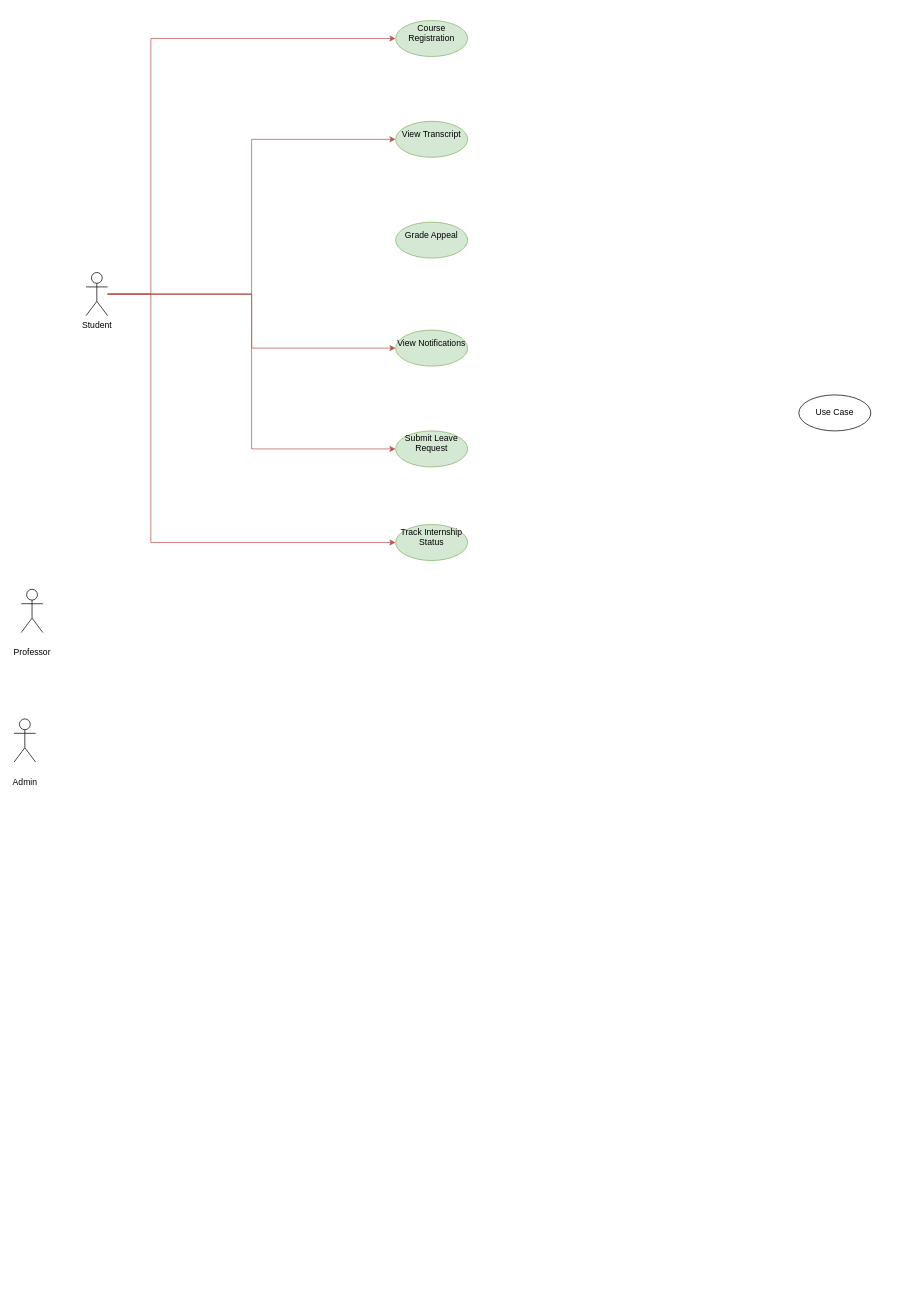
Before: Untitled Diagram.drawio in mpxsam/DirectoryLister, a draw.io diagram. Source tidied: cells renumbered, new cells numbered last; positions are measured from the earlier drawing's top-left corner, leaving out a move shared by most shapes. Both pictures are drawn from the tidied source at 72%, with x=0, y=0 at pixel (14, 20).
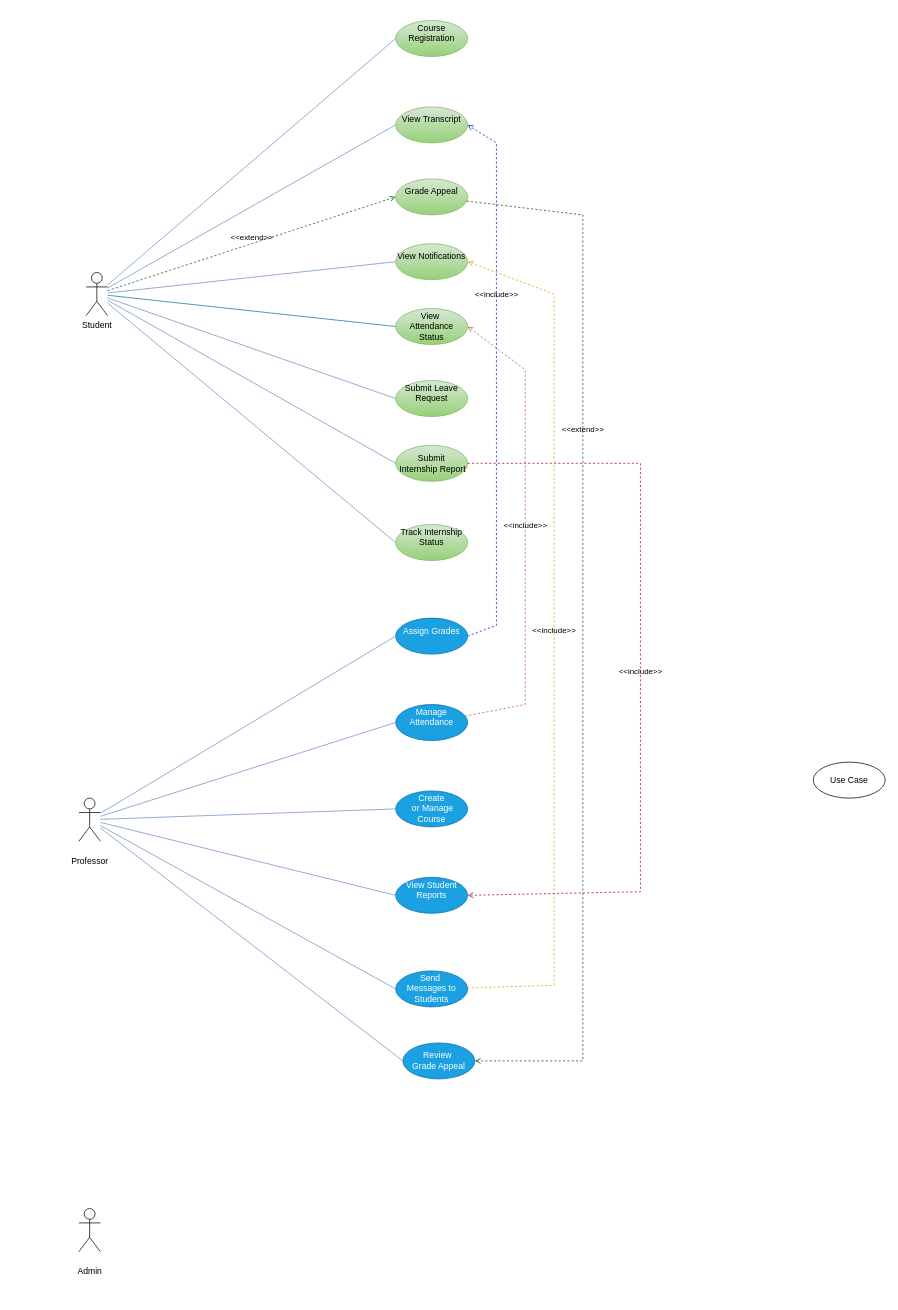
After the change.

Unchanged cells that the change refers to:
```xml
<mxCell id="7" value="Student" style="shape=umlActor;verticalLabelPosition=bottom;verticalAlign=top;html=1;" parent="1" vertex="1">
  <mxGeometry x="100" y="350" width="30" height="60" as="geometry" />
</mxCell>
```

The edit, as a diff of the source:
```diff
@@
-    <mxCell id="2" style="edgeStyle=orthogonalEdgeStyle;rounded=0;jettySize=auto;html=1;entryX=0;entryY=0.5;entryDx=0;entryDy=0;fillColor=#f8cecc;strokeColor=#b85450;" parent="1" edge="1" source="7" target="10">
-      <mxGeometry relative="1" as="geometry">
-        <Array as="points">
-          <mxPoint x="190" y="380" />
-          <mxPoint x="190" y="25" />
-        </Array>
-      </mxGeometry>
-    </mxCell>
-    <mxCell id="3" style="edgeStyle=orthogonalEdgeStyle;rounded=0;jettySize=auto;html=1;entryX=0;entryY=0.5;entryDx=0;entryDy=0;fillColor=#f8cecc;strokeColor=#b85450;" parent="1" edge="1" source="7" target="11">
-      <mxGeometry relative="1" as="geometry" />
-    </mxCell>
-    <mxCell id="4" style="edgeStyle=orthogonalEdgeStyle;rounded=0;jettySize=auto;html=1;entryX=0;entryY=0.5;entryDx=0;entryDy=0;fillColor=#f8cecc;strokeColor=#b85450;" parent="1" edge="1" source="7" target="13">
-      <mxGeometry relative="1" as="geometry" />
-    </mxCell>
-    <mxCell id="5" style="edgeStyle=orthogonalEdgeStyle;rounded=0;jettySize=auto;html=1;entryX=0;entryY=0.5;entryDx=0;entryDy=0;fillColor=#f8cecc;strokeColor=#b85450;" parent="1" edge="1" source="7" target="14">
-      <mxGeometry relative="1" as="geometry" />
-    </mxCell>
-    <mxCell id="6" style="edgeStyle=orthogonalEdgeStyle;rounded=0;jettySize=auto;html=1;entryX=0;entryY=0.5;entryDx=0;entryDy=0;fillColor=#f8cecc;strokeColor=#b85450;" parent="1" edge="1" source="7" target="15">
-      <mxGeometry relative="1" as="geometry">
-        <Array as="points">
-          <mxPoint x="190" y="380" />
-          <mxPoint x="190" y="725" />
-        </Array>
-      </mxGeometry>
-    </mxCell>
@@
     <mxCell id="8" value="&#10;Professor&#10;&#10;" style="shape=umlActor;verticalLabelPosition=bottom;verticalAlign=top;html=1;" parent="1" vertex="1">
-      <mxGeometry x="10" y="790" width="30" height="60" as="geometry" />
+      <mxGeometry x="90" y="1080" width="30" height="60" as="geometry" />
     </mxCell>
     <mxCell id="9" value="&#10;Admin&#10;&#10;" style="shape=umlActor;verticalLabelPosition=bottom;verticalAlign=top;html=1;" parent="1" vertex="1">
-      <mxGeometry y="970" width="30" height="60" as="geometry" />
+      <mxGeometry x="90" y="1650" width="30" height="60" as="geometry" />
     </mxCell>
-    <mxCell id="10" value="&#10;Course Registration&#10;&#10;" style="ellipse;whiteSpace=wrap;html=1;fillColor=#d5e8d4;strokeColor=#82b366;" parent="1" vertex="1">
+    <mxCell id="10" value="&#10;Course Registration&#10;&#10;" style="ellipse;whiteSpace=wrap;html=1;fillColor=#d5e8d4;strokeColor=#82b366;gradientColor=#97d077;" parent="1" vertex="1">
       <mxGeometry x="530" width="100" height="50" as="geometry" />
     </mxCell>
-    <mxCell id="11" value="&#10;View Transcript&#10;&#10;" style="ellipse;whiteSpace=wrap;html=1;fillColor=#d5e8d4;strokeColor=#82b366;" parent="1" vertex="1">
-      <mxGeometry x="530" y="140" width="100" height="50" as="geometry" />
+    <mxCell id="11" value="&#10;View Transcript&#10;&#10;" style="ellipse;whiteSpace=wrap;html=1;fillColor=#d5e8d4;strokeColor=#82b366;gradientColor=#97d077;" parent="1" vertex="1">
+      <mxGeometry x="530" y="120" width="100" height="50" as="geometry" />
     </mxCell>
-    <mxCell id="12" value="&#10;Grade Appeal&#10;&#10;" style="ellipse;whiteSpace=wrap;html=1;fillColor=#d5e8d4;strokeColor=#82b366;" parent="1" vertex="1">
-      <mxGeometry x="530" y="280" width="100" height="50" as="geometry" />
+    <mxCell id="12" value="&#10;Grade Appeal&#10;&#10;" style="ellipse;whiteSpace=wrap;html=1;fillColor=#d5e8d4;strokeColor=#82b366;gradientColor=#97d077;" parent="1" vertex="1">
+      <mxGeometry x="530" y="220" width="100" height="50" as="geometry" />
     </mxCell>
-    <mxCell id="13" value="&#10;View Notifications&#10;&#10;" style="ellipse;whiteSpace=wrap;html=1;fillColor=#d5e8d4;strokeColor=#82b366;" parent="1" vertex="1">
-      <mxGeometry x="530" y="430" width="100" height="50" as="geometry" />
+    <mxCell id="13" value="&#10;View Notifications&#10;&#10;" style="ellipse;whiteSpace=wrap;html=1;fillColor=#d5e8d4;strokeColor=#82b366;gradientColor=#97d077;" parent="1" vertex="1">
+      <mxGeometry x="530" y="310" width="100" height="50" as="geometry" />
     </mxCell>
-    <mxCell id="14" value="&#10;Submit Leave Request&#10;&#10;" style="ellipse;whiteSpace=wrap;html=1;fillColor=#d5e8d4;strokeColor=#82b366;" parent="1" vertex="1">
-      <mxGeometry x="530" y="570" width="100" height="50" as="geometry" />
+    <mxCell id="14" value="&#10;Submit Leave Request&#10;&#10;" style="ellipse;whiteSpace=wrap;html=1;fillColor=#d5e8d4;strokeColor=#82b366;gradientColor=#97d077;" parent="1" vertex="1">
+      <mxGeometry x="530" y="500" width="100" height="50" as="geometry" />
     </mxCell>
-    <mxCell id="15" value="&#10;Track Internship Status&#10;&#10;" style="ellipse;whiteSpace=wrap;html=1;fillColor=#d5e8d4;strokeColor=#82b366;" parent="1" vertex="1">
+    <mxCell id="15" value="&#10;Track Internship Status&#10;&#10;" style="ellipse;whiteSpace=wrap;html=1;fillColor=#d5e8d4;strokeColor=#82b366;gradientColor=#97d077;" parent="1" vertex="1">
       <mxGeometry x="530" y="700" width="100" height="50" as="geometry" />
     </mxCell>
     <mxCell id="16" value="Use Case" style="ellipse;whiteSpace=wrap;html=1;" parent="1" vertex="1">
-      <mxGeometry x="1090" y="520" width="100" height="50" as="geometry" />
+      <mxGeometry x="1110" y="1030" width="100" height="50" as="geometry" />
     </mxCell>
+    <mxCell id="4" style="endArrow=none;html=1;rounded=0;entryX=0;entryY=0.5;entryDx=0;entryDy=0;fillColor=#dae8fc;strokeColor=#6c8ebf;" parent="1" edge="1" source="7" target="13">
+      <mxGeometry relative="1" as="geometry" />
+    </mxCell>
+    <mxCell id="5" style="endArrow=none;html=1;rounded=0;entryX=0;entryY=0.5;entryDx=0;entryDy=0;fillColor=#dae8fc;strokeColor=#6c8ebf;" parent="1" edge="1" source="7" target="14">
+      <mxGeometry relative="1" as="geometry" />
+    </mxCell>
+    <mxCell id="3" style="endArrow=none;html=1;rounded=0;entryX=0;entryY=0.5;entryDx=0;entryDy=0;fillColor=#dae8fc;strokeColor=#6c8ebf;" parent="1" edge="1" source="7" target="11">
+      <mxGeometry relative="1" as="geometry" />
+    </mxCell>
+    <mxCell id="2" style="endArrow=none;html=1;rounded=0;entryX=0;entryY=0.5;entryDx=0;entryDy=0;fillColor=#dae8fc;strokeColor=#6c8ebf;" parent="1" edge="1" source="7" target="10">
+      <mxGeometry relative="1" as="geometry" />
+    </mxCell>
+    <mxCell id="6" style="endArrow=none;html=1;rounded=0;entryX=0;entryY=0.5;entryDx=0;entryDy=0;fillColor=#dae8fc;strokeColor=#6c8ebf;" parent="1" edge="1" source="7" target="15">
+      <mxGeometry relative="1" as="geometry" />
+    </mxCell>
+    <mxCell id="17" value="&#10;Assign Grades&#10;&#10;" style="ellipse;whiteSpace=wrap;html=1;fillColor=#1ba1e2;fontColor=#ffffff;strokeColor=#006EAF;" parent="1" vertex="1">
+      <mxGeometry x="530" y="830" width="100" height="50" as="geometry" />
+    </mxCell>
+    <mxCell id="18" value="&lt;br&gt;Send&amp;nbsp;&lt;div&gt;Messages to Students&lt;br&gt;&lt;br&gt;&lt;/div&gt;" style="ellipse;whiteSpace=wrap;html=1;fillColor=#1ba1e2;fontColor=#ffffff;strokeColor=#006EAF;" parent="1" vertex="1">
+      <mxGeometry x="530" y="1320" width="100" height="50" as="geometry" />
+    </mxCell>
+    <mxCell id="19" value="&#10;View Student Reports&#10;&#10;" style="ellipse;whiteSpace=wrap;html=1;fillColor=#1ba1e2;fontColor=#ffffff;strokeColor=#006EAF;" parent="1" vertex="1">
+      <mxGeometry x="530" y="1190" width="100" height="50" as="geometry" />
+    </mxCell>
+    <mxCell id="20" value="&lt;br&gt;Create&lt;div&gt;&amp;nbsp;or Manage Course&lt;br&gt;&lt;br&gt;&lt;/div&gt;" style="ellipse;whiteSpace=wrap;html=1;fillColor=#1ba1e2;fontColor=#ffffff;strokeColor=#006EAF;" parent="1" vertex="1">
+      <mxGeometry x="530" y="1070" width="100" height="50" as="geometry" />
+    </mxCell>
+    <mxCell id="21" value="&#10;Manage Attendance&#10;&#10;" style="ellipse;whiteSpace=wrap;html=1;fillColor=#1ba1e2;fontColor=#ffffff;strokeColor=#006EAF;" parent="1" vertex="1">
+      <mxGeometry x="530" y="950" width="100" height="50" as="geometry" />
+    </mxCell>
+    <mxCell id="22" style="endArrow=none;html=1;rounded=0;entryX=0;entryY=0.5;entryDx=0;entryDy=0;fillColor=#dae8fc;gradientColor=#7ea6e0;strokeColor=#6c8ebf;" parent="1" edge="1" source="8" target="17">
+      <mxGeometry relative="1" as="geometry" />
+    </mxCell>
+    <mxCell id="23" style="endArrow=none;html=1;rounded=0;entryX=0;entryY=0.5;entryDx=0;entryDy=0;fillColor=#dae8fc;gradientColor=#7ea6e0;strokeColor=#6c8ebf;" parent="1" edge="1" source="8" target="21">
+      <mxGeometry relative="1" as="geometry" />
+    </mxCell>
+    <mxCell id="24" style="endArrow=none;html=1;rounded=0;entryX=0;entryY=0.5;entryDx=0;entryDy=0;fillColor=#dae8fc;gradientColor=#7ea6e0;strokeColor=#6c8ebf;" parent="1" edge="1" source="8" target="20">
+      <mxGeometry relative="1" as="geometry" />
+    </mxCell>
+    <mxCell id="25" style="endArrow=none;html=1;rounded=0;entryX=0;entryY=0.5;entryDx=0;entryDy=0;fillColor=#dae8fc;gradientColor=#7ea6e0;strokeColor=#6c8ebf;" parent="1" edge="1" source="8" target="19">
+      <mxGeometry relative="1" as="geometry" />
+    </mxCell>
+    <mxCell id="26" style="endArrow=none;html=1;rounded=0;entryX=0;entryY=0.5;entryDx=0;entryDy=0;fillColor=#dae8fc;gradientColor=#7ea6e0;strokeColor=#6c8ebf;" parent="1" edge="1" source="8" target="18">
+      <mxGeometry relative="1" as="geometry" />
+    </mxCell>
+    <mxCell id="27" value="&amp;lt;&amp;lt;include&amp;gt;&amp;gt;" style="html=1;verticalAlign=bottom;labelBackgroundColor=none;endArrow=open;endFill=0;dashed=1;rounded=0;entryX=1;entryY=0.5;entryDx=0;entryDy=0;exitX=1;exitY=0.5;exitDx=0;exitDy=0;fillColor=#0050ef;strokeColor=#001DBC;" parent="1" edge="1" source="17" target="11">
+      <mxGeometry x="0.3" relative="1" as="geometry">
+        <Array as="points">
+          <mxPoint x="670" y="840" />
+          <mxPoint x="670" y="440" />
+          <mxPoint x="670" y="170" />
+        </Array>
+      </mxGeometry>
+    </mxCell>
+    <mxCell id="28" value="&amp;lt;&amp;lt;include&amp;gt;&amp;gt;" style="html=1;verticalAlign=bottom;labelBackgroundColor=none;endArrow=open;endFill=0;dashed=1;rounded=0;entryX=1;entryY=0.5;entryDx=0;entryDy=0;fillColor=#f8cecc;gradientColor=#ea6b66;strokeColor=#b85450;" parent="1" edge="1" source="21" target="29">
+      <mxGeometry relative="1" as="geometry">
+        <Array as="points">
+          <mxPoint x="710" y="950" />
+          <mxPoint x="710" y="880" />
+          <mxPoint x="710" y="820" />
+          <mxPoint x="710" y="710" />
+          <mxPoint x="710" y="590" />
+          <mxPoint x="710" y="485" />
+        </Array>
+      </mxGeometry>
+    </mxCell>
+    <mxCell id="29" value="&lt;br&gt;View&amp;nbsp;&lt;div&gt;Attendance Status&lt;br&gt;&lt;br&gt;&lt;/div&gt;" style="ellipse;whiteSpace=wrap;html=1;fillColor=#d5e8d4;gradientColor=#97d077;strokeColor=#82b366;" parent="1" vertex="1">
+      <mxGeometry x="530" y="400" width="100" height="50" as="geometry" />
+    </mxCell>
+    <mxCell id="30" style="endArrow=none;html=1;rounded=0;entryX=0;entryY=0.5;entryDx=0;entryDy=0;fillColor=#b1ddf0;strokeColor=#10739e;" parent="1" edge="1" source="7" target="29">
+      <mxGeometry relative="1" as="geometry" />
+    </mxCell>
+    <mxCell id="31" value="&amp;lt;&amp;lt;include&amp;gt;&amp;gt;" style="html=1;verticalAlign=bottom;labelBackgroundColor=none;endArrow=open;endFill=0;dashed=1;rounded=0;entryX=1;entryY=0.5;entryDx=0;entryDy=0;fillColor=#ffcd28;gradientColor=#ffa500;strokeColor=#d79b00;" parent="1" edge="1" source="18" target="13">
+      <mxGeometry relative="1" as="geometry">
+        <Array as="points">
+          <mxPoint x="750" y="1340" />
+          <mxPoint x="750" y="750" />
+          <mxPoint x="750" y="380" />
+        </Array>
+      </mxGeometry>
+    </mxCell>
+    <mxCell id="32" value="&lt;br&gt;Review&amp;nbsp;&lt;div&gt;Grade Appeal&lt;br&gt;&lt;br&gt;&lt;/div&gt;" style="ellipse;whiteSpace=wrap;html=1;fillColor=#1ba1e2;fontColor=#ffffff;strokeColor=#006EAF;" parent="1" vertex="1">
+      <mxGeometry x="540" y="1420" width="100" height="50" as="geometry" />
+    </mxCell>
+    <mxCell id="33" style="endArrow=none;html=1;rounded=0;entryX=0;entryY=0.5;entryDx=0;entryDy=0;fillColor=#dae8fc;strokeColor=#6c8ebf;gradientColor=#7ea6e0;" parent="1" edge="1" source="8" target="32">
+      <mxGeometry relative="1" as="geometry" />
+    </mxCell>
+    <mxCell id="34" value="&amp;lt;&amp;lt;extend&amp;gt;&amp;gt;" style="html=1;verticalAlign=bottom;labelBackgroundColor=none;endArrow=open;endFill=0;dashed=1;rounded=0;entryX=1;entryY=0.5;entryDx=0;entryDy=0;fillColor=#008a00;strokeColor=#005700;" parent="1" edge="1" source="12" target="32">
+      <mxGeometry x="-0.37" relative="1" as="geometry">
+        <Array as="points">
+          <mxPoint x="790" y="270" />
+          <mxPoint x="790" y="1290" />
+          <mxPoint x="790" y="1445" />
+        </Array>
+      </mxGeometry>
+    </mxCell>
+    <mxCell id="35" value="&amp;lt;&amp;lt;extend&amp;gt;&amp;gt;" style="html=1;verticalAlign=bottom;labelBackgroundColor=none;endArrow=open;endFill=0;dashed=1;rounded=0;entryX=0;entryY=0.5;entryDx=0;entryDy=0;fillColor=#008a00;strokeColor=#005700;" parent="1" edge="1" source="7" target="12">
+      <mxGeometry relative="1" as="geometry" />
+    </mxCell>
+    <mxCell id="36" value="&lt;br&gt;Submit&lt;div&gt;&amp;nbsp;Internship Report&lt;br&gt;&lt;br&gt;&lt;/div&gt;" style="ellipse;whiteSpace=wrap;html=1;fillColor=#d5e8d4;strokeColor=#82b366;gradientColor=#97d077;" parent="1" vertex="1">
+      <mxGeometry x="530" y="590" width="100" height="50" as="geometry" />
+    </mxCell>
+    <mxCell id="37" style="endArrow=none;html=1;rounded=0;entryX=0;entryY=0.5;entryDx=0;entryDy=0;fillColor=#dae8fc;gradientColor=#7ea6e0;strokeColor=#6c8ebf;" parent="1" edge="1" source="7" target="36">
+      <mxGeometry relative="1" as="geometry" />
+    </mxCell>
+    <mxCell id="38" value="&amp;lt;&amp;lt;include&amp;gt;&amp;gt;" style="html=1;verticalAlign=bottom;labelBackgroundColor=none;endArrow=open;endFill=0;dashed=1;rounded=0;entryX=1;entryY=0.5;entryDx=0;entryDy=0;fillColor=#d80073;strokeColor=#A50040;" parent="1" edge="1" source="36" target="19">
+      <mxGeometry relative="1" as="geometry">
+        <Array as="points">
+          <mxPoint x="870" y="615" />
+          <mxPoint x="870" y="1210" />
+        </Array>
+      </mxGeometry>
+    </mxCell>
```
